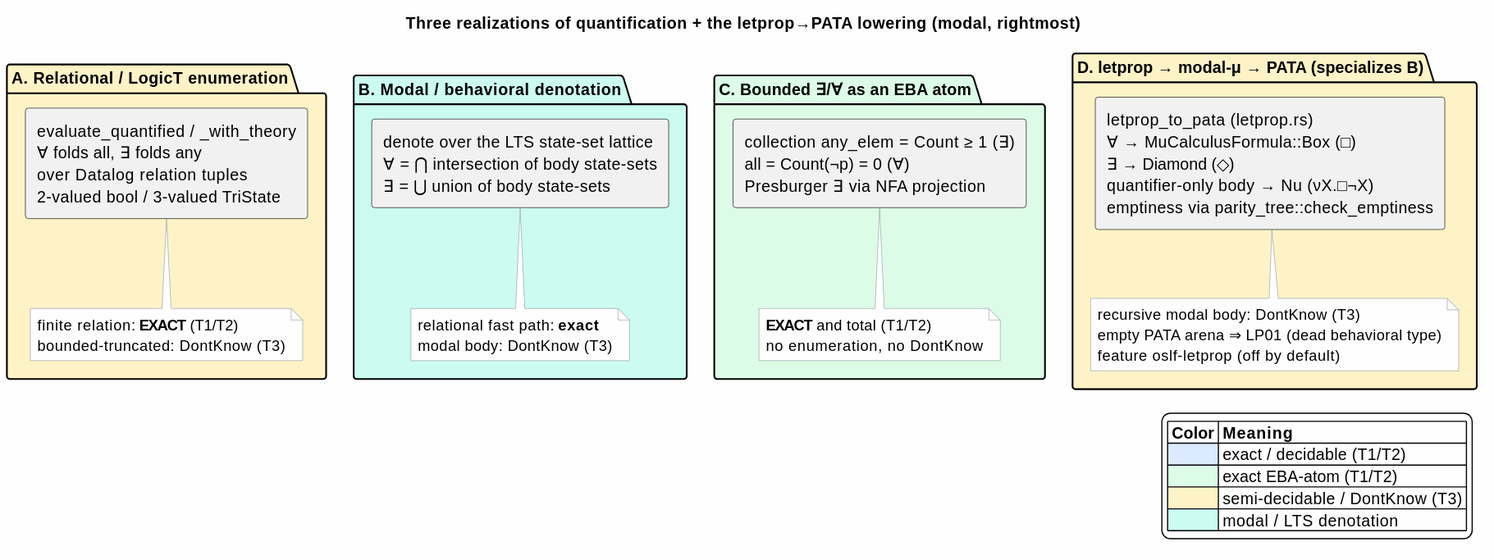
Before: docs/architecture/semantic-predicates/figures/14-three-realizations.svg, a diagram exported from PlantUML (F1R3FLY-io/mettail-rust).
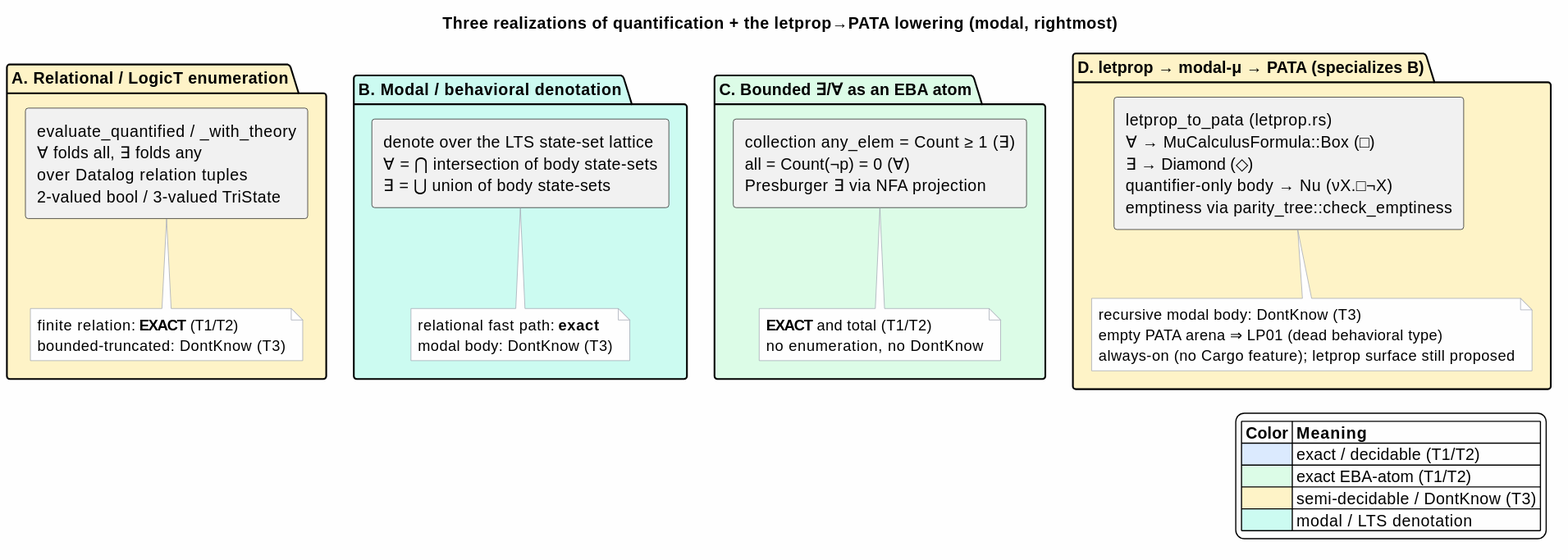
The same diagram one commit later.

Change to the diagram source:
```diff
@@ -37,7 +37,7 @@
   note bottom of D
     recursive modal body: DontKnow (T3)
     empty PATA arena ⇒ LP01 (dead behavioral type)
-    feature oslf-letprop (off by default)
+    always-on (no Cargo feature); letprop surface still proposed
   end note
 }
 
```
